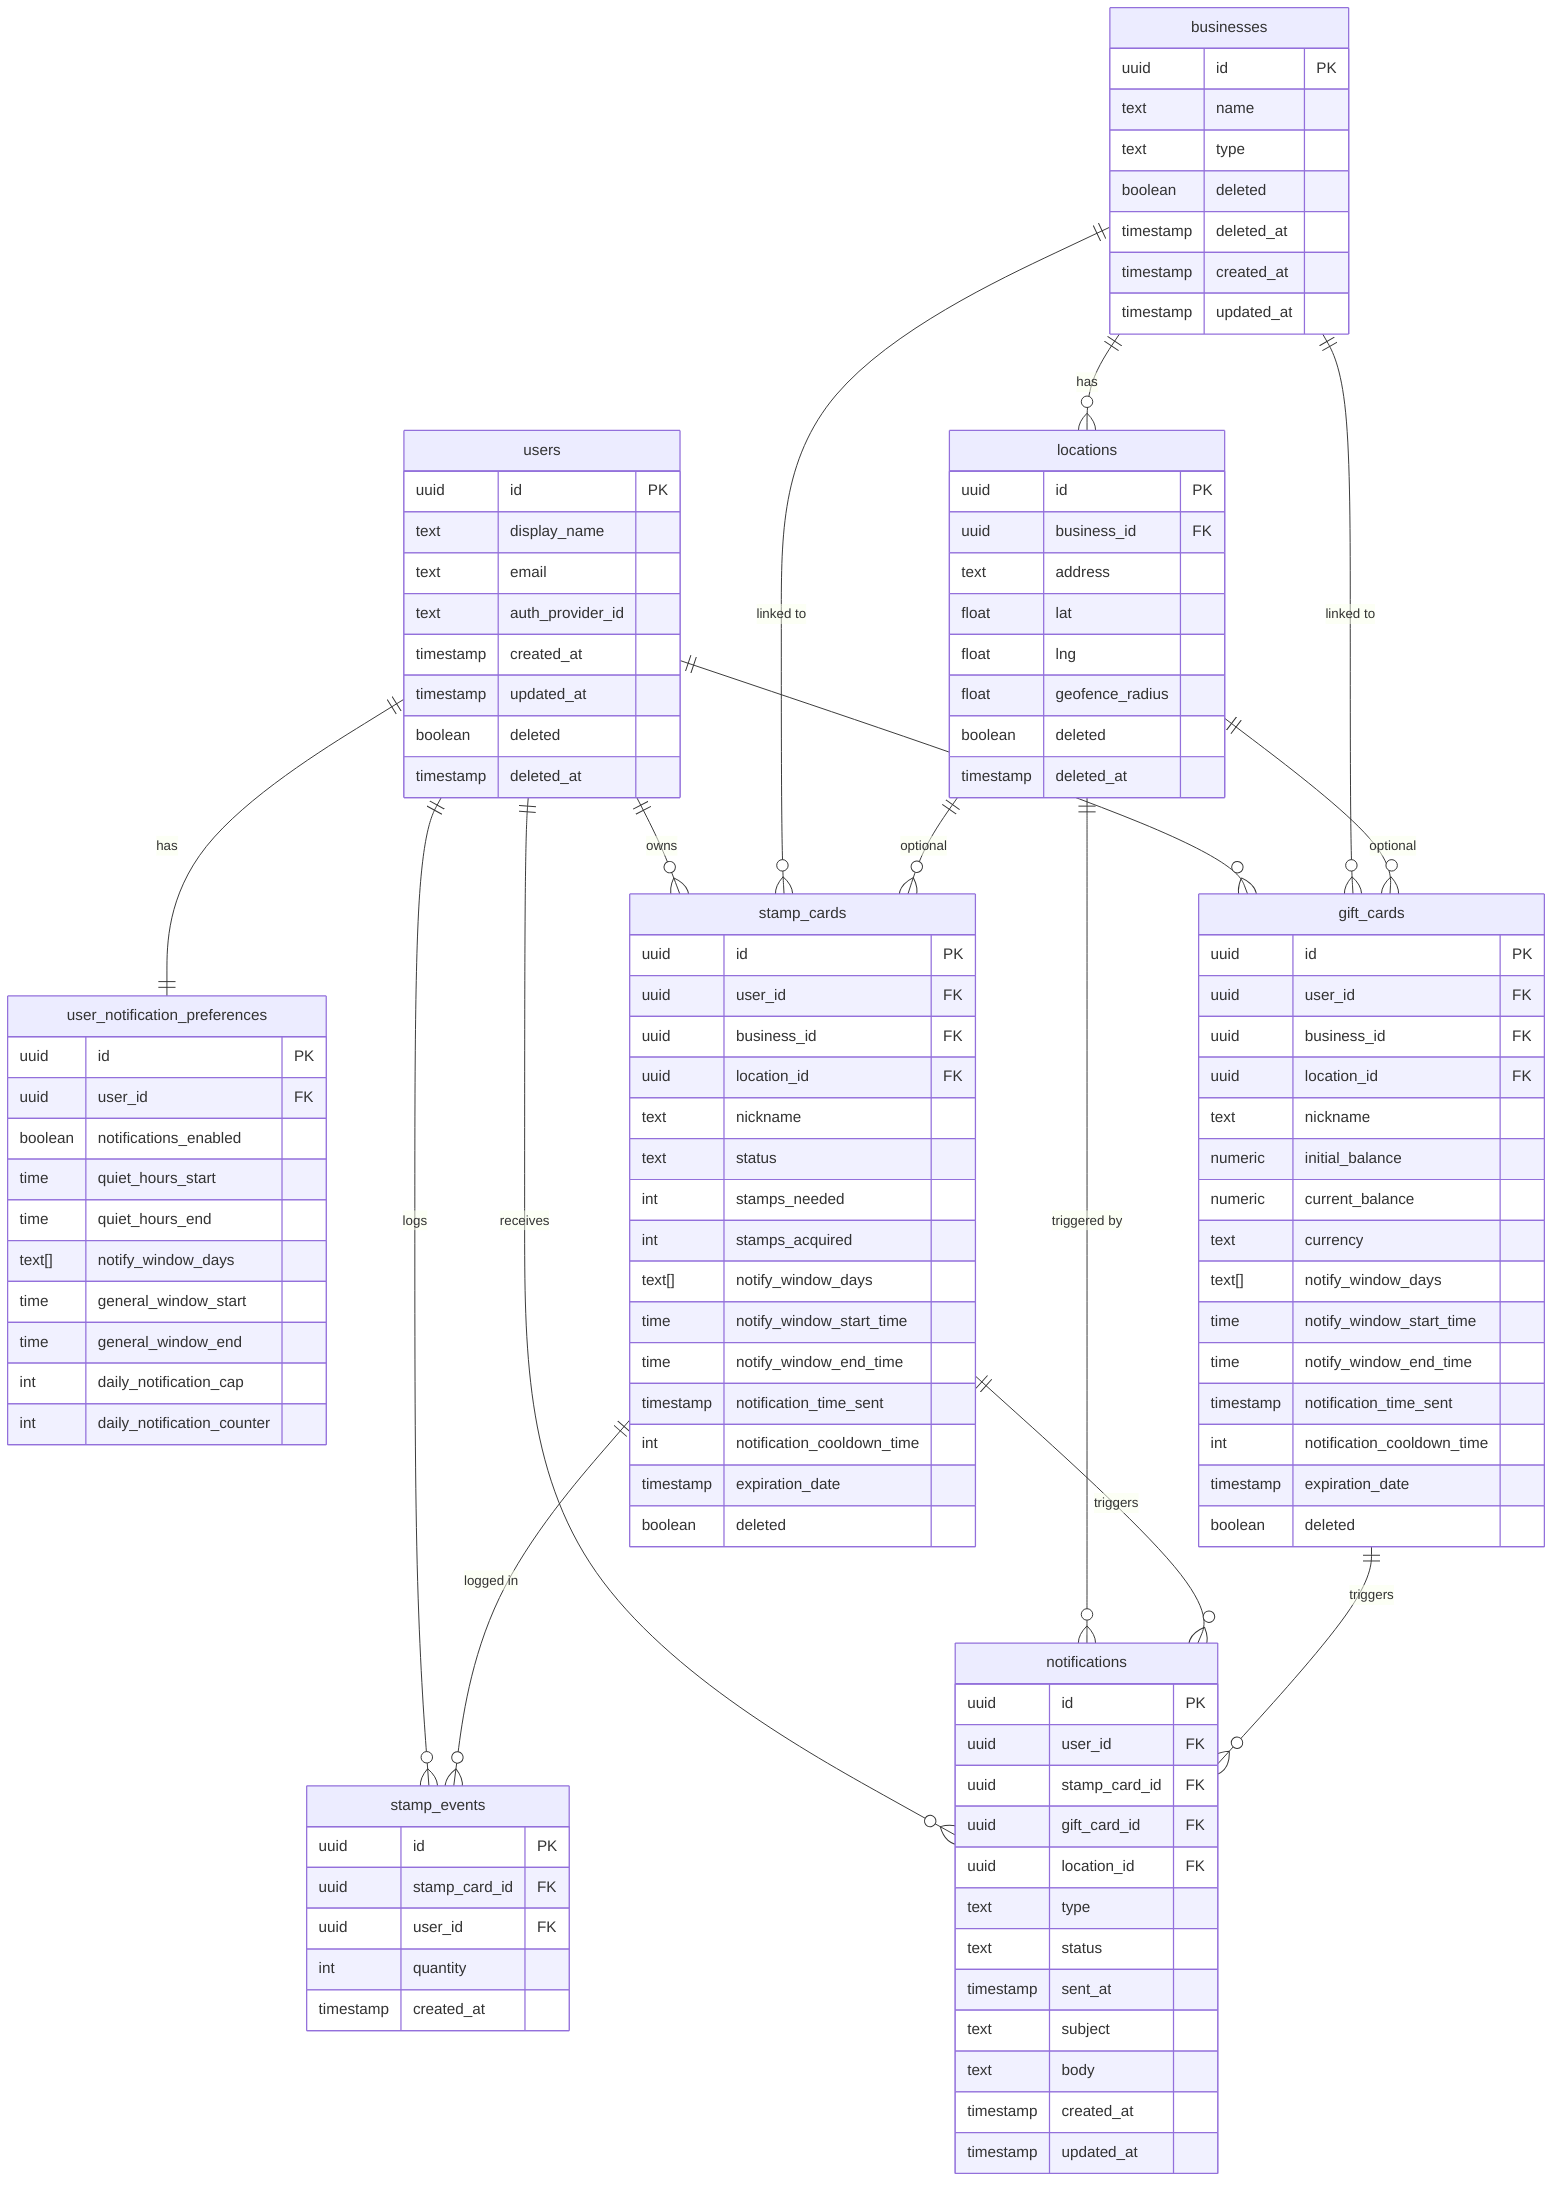
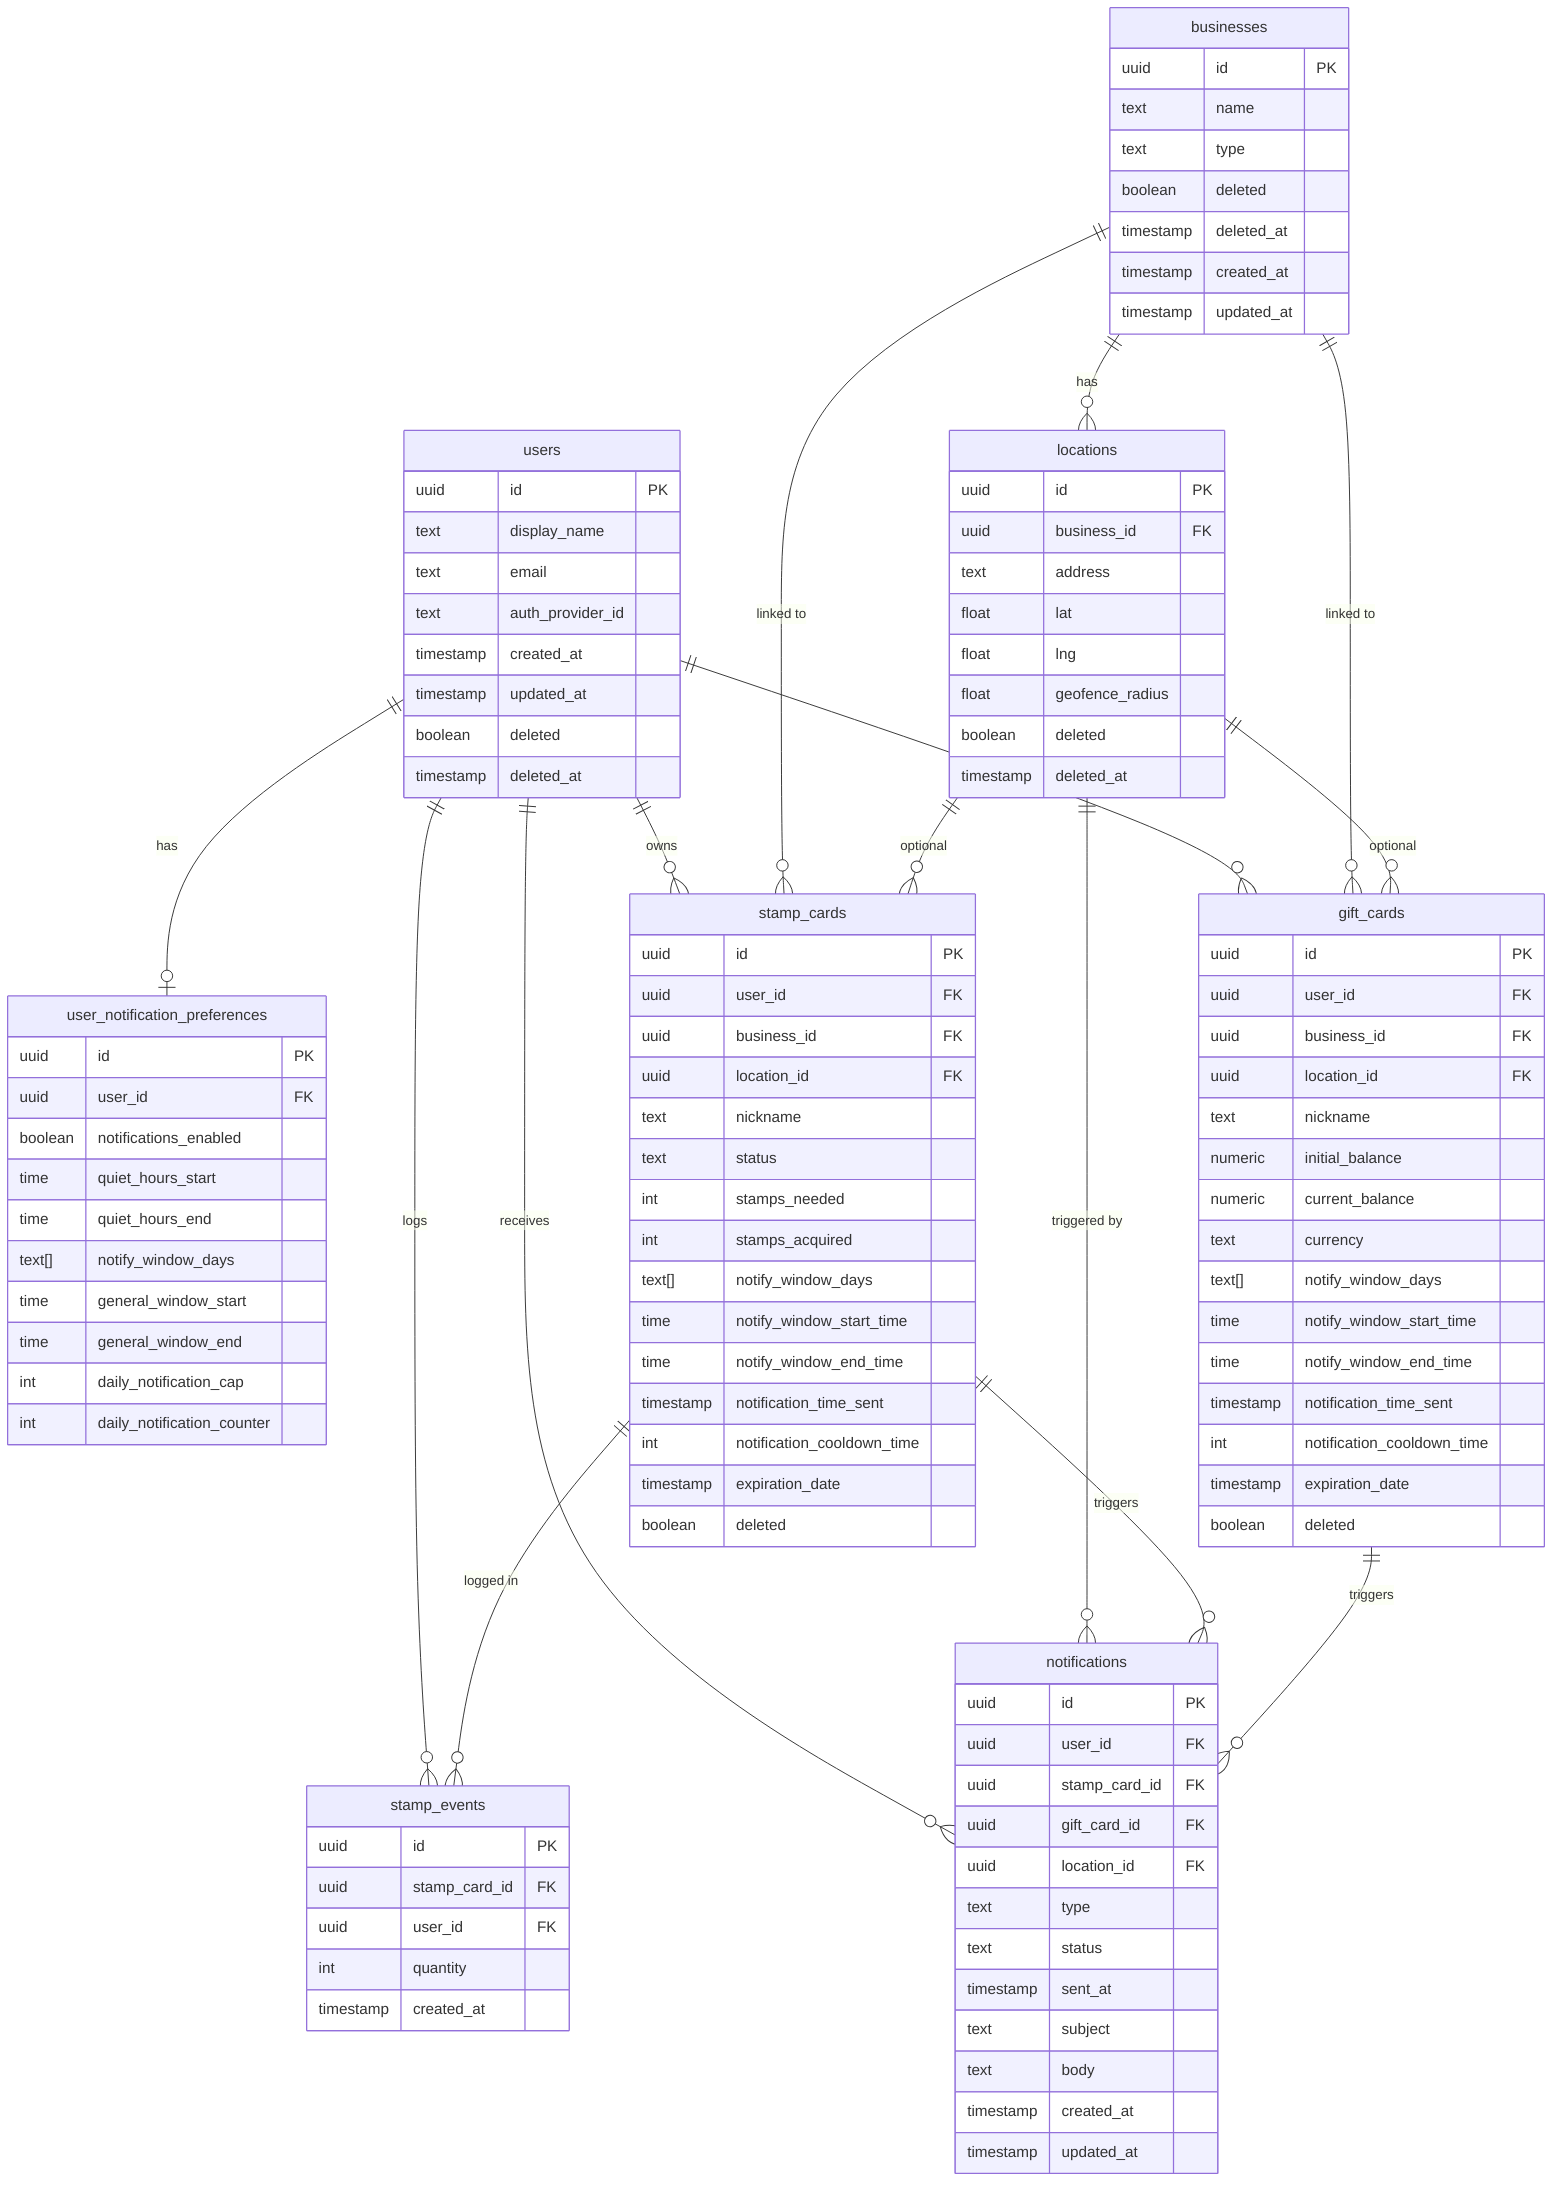
erDiagram
-   users ||--|| user_notification_preferences : "has"
+   users ||--o| user_notification_preferences : "has"
  users ||--o{ stamp_cards : "owns"
  users ||--o{ gift_cards : "owns"
  users ||--o{ stamp_events : "logs"
  users ||--o{ notifications : "receives"
  businesses ||--o{ locations : "has"
  businesses ||--o{ stamp_cards : "linked to"
  businesses ||--o{ gift_cards : "linked to"
  locations ||--o{ stamp_cards : "optional"
  locations ||--o{ gift_cards : "optional"
  locations ||--o{ notifications : "triggered by"
  stamp_cards ||--o{ stamp_events : "logged in"
  stamp_cards ||--o{ notifications : "triggers"
  gift_cards ||--o{ notifications : "triggers"

  users {
    uuid id PK
    text display_name
    text email
    text auth_provider_id
    timestamp created_at
    timestamp updated_at
    boolean deleted
    timestamp deleted_at
  }
  user_notification_preferences {
    uuid id PK
    uuid user_id FK
    boolean notifications_enabled
    time quiet_hours_start
    time quiet_hours_end
    text[] notify_window_days
    time general_window_start
    time general_window_end
    int daily_notification_cap
    int daily_notification_counter
  }
  businesses {
    uuid id PK
    text name
    text type
    boolean deleted
    timestamp deleted_at
    timestamp created_at
    timestamp updated_at
  }
  locations {
    uuid id PK
    uuid business_id FK
    text address
    float lat
    float lng
    float geofence_radius
    boolean deleted
    timestamp deleted_at
  }
  stamp_cards {
    uuid id PK
    uuid user_id FK
    uuid business_id FK
    uuid location_id FK
    text nickname
    text status
    int stamps_needed
    int stamps_acquired
    text[] notify_window_days
    time notify_window_start_time
    time notify_window_end_time
    timestamp notification_time_sent
    int notification_cooldown_time
    timestamp expiration_date
    boolean deleted
  }
  stamp_events {
    uuid id PK
    uuid stamp_card_id FK
    uuid user_id FK
    int quantity
    timestamp created_at
  }
  gift_cards {
    uuid id PK
    uuid user_id FK
    uuid business_id FK
    uuid location_id FK
    text nickname
    numeric initial_balance
    numeric current_balance
    text currency
    text[] notify_window_days
    time notify_window_start_time
    time notify_window_end_time
    timestamp notification_time_sent
    int notification_cooldown_time
    timestamp expiration_date
    boolean deleted
  }
  notifications {
    uuid id PK
    uuid user_id FK
    uuid stamp_card_id FK
    uuid gift_card_id FK
    uuid location_id FK
    text type
    text status
    timestamp sent_at
    text subject
    text body
    timestamp created_at
    timestamp updated_at
  }
